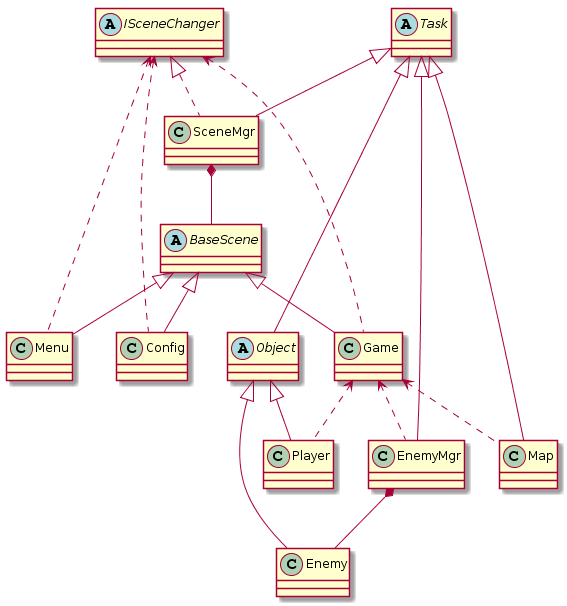
This is ClassDiagram/classdiagram.png from tako39/ActionGame, a PlantUML export, as it was before one commit.
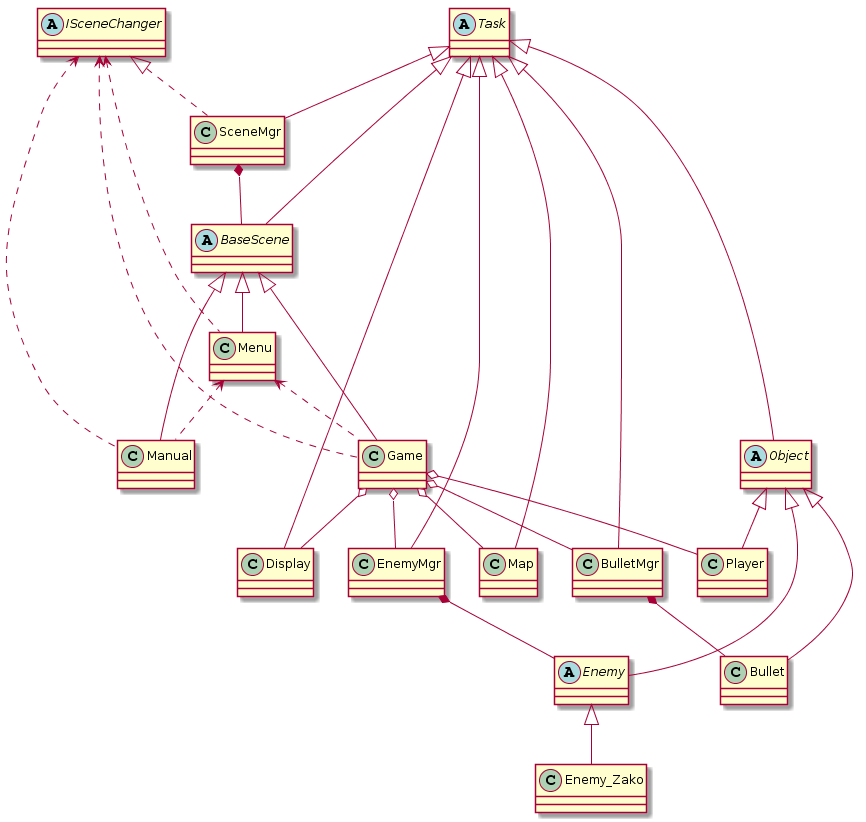
Above is the later version.

Change to the diagram source:
```diff
@@ -7,35 +7,53 @@
 abstract class BaseScene
 class Menu
 class Game
-class Config
+class Manual
 
 abstract class Object
 class Player
-class Enemy
+class EnemyMgr
+abstract class Enemy
+class Enemy_Zako
+class Map
+class BulletMgr
+class Bullet
 
-class Map
+class Display
 
-Task<|--SceneMgr
-SceneMgr*--BaseScene
+Task <|-- SceneMgr
+Task <|-- BaseScene
+SceneMgr *-- BaseScene
 
-BaseScene<|--Menu
-BaseScene<|--Game
-BaseScene<|--Config
+BaseScene <|-- Menu
+BaseScene <|-- Game
+BaseScene <|-- Manual
 
-ISceneChanger<|..SceneMgr
-ISceneChanger<..Menu
-ISceneChanger<..Game
-ISceneChanger<..Config
+ISceneChanger <|.. SceneMgr
+ISceneChanger <.. Menu
+ISceneChanger <.. Game
+ISceneChanger <.. Manual
 
-Task<|--Object
-Object<|--Player
-Object<|--Enemy
-Game<..Player
+Menu <.. Game
+Menu <.. Manual
 
-Task<|--EnemyMgr
-EnemyMgr*--Enemy
-Game<..EnemyMgr
+Task <|-- Object
+Object <|-- Player
+Object <|-- Enemy
+Enemy <|-- Enemy_Zako
+Object <|-- Bullet
+Game o-- Player
 
-Task<|--Map
-Game<..Map
+Task <|-- EnemyMgr
+EnemyMgr *-- Enemy
+Game o-- EnemyMgr
+
+Task <|-- BulletMgr
+BulletMgr *-- Bullet
+Game o-- BulletMgr
+
+Task <|-- Map
+Game o-- Map
+
+Task <|-- Display
+Game o-- Display
 @enduml
```
